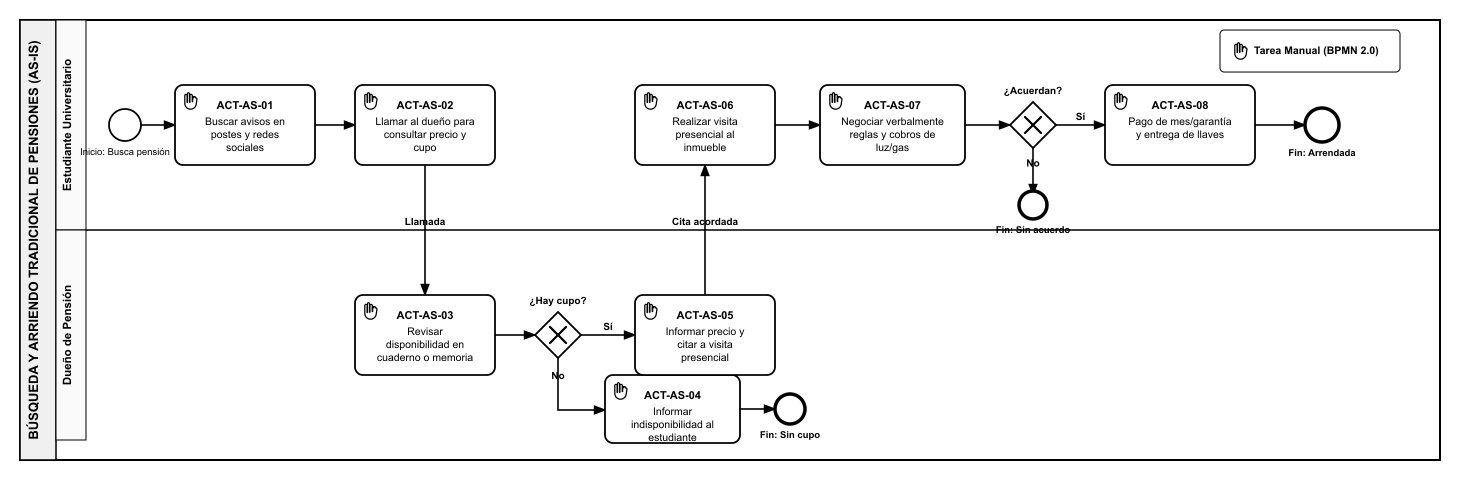
busca-tunido-requisitos/entrega-1 keeps this BPMN diagram as assets/diagramas/as-is.png. Above is the earlier version. Its source is kept beside it as assets/diagramas/as-is.bpmn. Ids are renumbered. Its diagram source:
```xml
<bpmn:definitions xmlns:bpmn="http://www.omg.org/spec/BPMN/20100524/MODEL"
                  xmlns:bpmndi="http://www.omg.org/spec/BPMN/20100524/DI"
                  xmlns:dc="http://www.omg.org/spec/DD/20100524/DC"
                  xmlns:di="http://www.omg.org/spec/DD/20100524/DI"
                  id="Definitions_AS_IS"
                  targetNamespace="http://bpmn.io/schema/bpmn"
                  exporter="Camunda Modeler"
                  exporterVersion="5.20.0">
  <bpmn:collaboration id="Collaboration_AS_IS">
    <bpmn:participant id="Participant_AS_IS" name="Búsqueda y Arriendo Tradicional de Pensiones Universitarias (AS-IS)" processRef="Process_AS_IS" />
  </bpmn:collaboration>
  <bpmn:process id="Process_AS_IS" isExecutable="false">
    <bpmn:laneSet id="LaneSet_AS_IS">
      <bpmn:lane id="Lane_Estudiante" name="Estudiante Universitario">
        <bpmn:flowNodeRef>Start_Estudiante</bpmn:flowNodeRef>
        <bpmn:flowNodeRef>ACT_AS_01</bpmn:flowNodeRef>
        <bpmn:flowNodeRef>ACT_AS_02</bpmn:flowNodeRef>
        <bpmn:flowNodeRef>ACT_AS_06</bpmn:flowNodeRef>
        <bpmn:flowNodeRef>ACT_AS_07</bpmn:flowNodeRef>
        <bpmn:flowNodeRef>Gateway_Acuerdo</bpmn:flowNodeRef>
        <bpmn:flowNodeRef>ACT_AS_08</bpmn:flowNodeRef>
        <bpmn:flowNodeRef>End_Exito</bpmn:flowNodeRef>
        <bpmn:flowNodeRef>End_SinAcuerdo</bpmn:flowNodeRef>
        <bpmn:flowNodeRef>End_SinCupo</bpmn:flowNodeRef>
      </bpmn:lane>
      <bpmn:lane id="Lane_Dueno" name="Dueño de Pensión">
        <bpmn:flowNodeRef>ACT_AS_03</bpmn:flowNodeRef>
        <bpmn:flowNodeRef>Gateway_Disponibilidad</bpmn:flowNodeRef>
        <bpmn:flowNodeRef>ACT_AS_04</bpmn:flowNodeRef>
        <bpmn:flowNodeRef>ACT_AS_05</bpmn:flowNodeRef>
      </bpmn:lane>
    </bpmn:laneSet>

    <bpmn:startEvent id="Start_Estudiante" name="Necesidad de habitación universitaria" />
    <bpmn:manualTask id="ACT_AS_01" name="ACT-AS-01: Buscar avisos informales en postes y redes sociales" />
    <bpmn:manualTask id="ACT_AS_02" name="ACT-AS-02: Contactar por llamada telefónica para consultar precio y disponibilidad" />
    <bpmn:manualTask id="ACT_AS_03" name="ACT-AS-03: Revisar disponibilidad en cuaderno o memoria" />
    <bpmn:exclusiveGateway id="Gateway_Disponibilidad" name="¿Tiene habitación disponible?" />
    <bpmn:manualTask id="ACT_AS_04" name="ACT-AS-04: Informar indisponibilidad al estudiante" />
    <bpmn:manualTask id="ACT_AS_05" name="ACT-AS-05: Informar precio y citar a visita presencial" />
    <bpmn:manualTask id="ACT_AS_06" name="ACT-AS-06: Realizar visita presencial para conocer el inmueble" />
    <bpmn:manualTask id="ACT_AS_07" name="ACT-AS-07: Negociar verbalmente reglas de convivencia y cobros básicos" />
    <bpmn:exclusiveGateway id="Gateway_Acuerdo" name="¿Acuerdan precio y normas?" />
    <bpmn:manualTask id="ACT_AS_08" name="ACT-AS-08: Realizar pago inicial en efectivo/transferencia y entrega de llaves" />
    <bpmn:endEvent id="End_Exito" name="Habitación arrendada" />
    <bpmn:endEvent id="End_SinAcuerdo" name="Fin sin acuerdo de arriendo" />
    <bpmn:endEvent id="End_SinCupo" name="Fin por falta de cupo" />

    <bpmn:sequenceFlow id="Flow_1" sourceRef="Start_Estudiante" targetRef="ACT_AS_01" />
    <bpmn:sequenceFlow id="Flow_2" sourceRef="ACT_AS_01" targetRef="ACT_AS_02" />
    <bpmn:sequenceFlow id="Flow_3" sourceRef="ACT_AS_02" targetRef="ACT_AS_03" />
    <bpmn:sequenceFlow id="Flow_4" sourceRef="ACT_AS_03" targetRef="Gateway_Disponibilidad" />
    <bpmn:sequenceFlow id="Flow_NoCupo" name="No" sourceRef="Gateway_Disponibilidad" targetRef="ACT_AS_04" />
    <bpmn:sequenceFlow id="Flow_EndNoCupo" sourceRef="ACT_AS_04" targetRef="End_SinCupo" />
    <bpmn:sequenceFlow id="Flow_SiCupo" name="Sí" sourceRef="Gateway_Disponibilidad" targetRef="ACT_AS_05" />
    <bpmn:sequenceFlow id="Flow_5" sourceRef="ACT_AS_05" targetRef="ACT_AS_06" />
    <bpmn:sequenceFlow id="Flow_6" sourceRef="ACT_AS_06" targetRef="ACT_AS_07" />
    <bpmn:sequenceFlow id="Flow_7" sourceRef="ACT_AS_07" targetRef="Gateway_Acuerdo" />
    <bpmn:sequenceFlow id="Flow_NoAcuerdo" name="No" sourceRef="Gateway_Acuerdo" targetRef="End_SinAcuerdo" />
    <bpmn:sequenceFlow id="Flow_SiAcuerdo" name="Sí" sourceRef="Gateway_Acuerdo" targetRef="ACT_AS_08" />
    <bpmn:sequenceFlow id="Flow_EndExito" sourceRef="ACT_AS_08" targetRef="End_Exito" />
  </bpmn:process>
  <bpmndi:BPMNDiagram id="BPMNDiagram_1">
    <bpmndi:BPMNPlane id="BPMNPlane_1" bpmnElement="Collaboration_AS_IS">
      <bpmndi:BPMNShape id="Participant_AS_IS_di" bpmnElement="Participant_AS_IS" isHorizontal="true">
        <dc:Bounds x="160" y="80" width="1380" height="420" />
      </bpmndi:BPMNShape>
      <bpmndi:BPMNShape id="Lane_Estudiante_di" bpmnElement="Lane_Estudiante" isHorizontal="true">
        <dc:Bounds x="190" y="80" width="1350" height="210" />
      </bpmndi:BPMNShape>
      <bpmndi:BPMNShape id="Lane_Dueno_di" bpmnElement="Lane_Dueno" isHorizontal="true">
        <dc:Bounds x="190" y="290" width="1350" height="210" />
      </bpmndi:BPMNShape>
      <bpmndi:BPMNShape id="Start_Estudiante_di" bpmnElement="Start_Estudiante">
        <dc:Bounds x="232" y="162" width="36" height="36" />
      </bpmndi:BPMNShape>
      <bpmndi:BPMNShape id="ACT_AS_01_di" bpmnElement="ACT_AS_01">
        <dc:Bounds x="300" y="140" width="130" height="80" />
      </bpmndi:BPMNShape>
      <bpmndi:BPMNShape id="ACT_AS_02_di" bpmnElement="ACT_AS_02">
        <dc:Bounds x="460" y="140" width="130" height="80" />
      </bpmndi:BPMNShape>
      <bpmndi:BPMNShape id="ACT_AS_03_di" bpmnElement="ACT_AS_03">
        <dc:Bounds x="460" y="350" width="130" height="80" />
      </bpmndi:BPMNShape>
      <bpmndi:BPMNShape id="Gateway_Disponibilidad_di" bpmnElement="Gateway_Disponibilidad" isMarkerVisible="true">
        <dc:Bounds x="625" y="365" width="50" height="50" />
      </bpmndi:BPMNShape>
      <bpmndi:BPMNShape id="ACT_AS_04_di" bpmnElement="ACT_AS_04">
        <dc:Bounds x="710" y="410" width="120" height="70" />
      </bpmndi:BPMNShape>
      <bpmndi:BPMNShape id="ACT_AS_05_di" bpmnElement="ACT_AS_05">
        <dc:Bounds x="710" y="310" width="120" height="70" />
      </bpmndi:BPMNShape>
      <bpmndi:BPMNShape id="ACT_AS_06_di" bpmnElement="ACT_AS_06">
        <dc:Bounds x="860" y="140" width="130" height="80" />
      </bpmndi:BPMNShape>
      <bpmndi:BPMNShape id="ACT_AS_07_di" bpmnElement="ACT_AS_07">
        <dc:Bounds x="1020" y="140" width="130" height="80" />
      </bpmndi:BPMNShape>
      <bpmndi:BPMNShape id="Gateway_Acuerdo_di" bpmnElement="Gateway_Acuerdo" isMarkerVisible="true">
        <dc:Bounds x="1185" y="155" width="50" height="50" />
      </bpmndi:BPMNShape>
      <bpmndi:BPMNShape id="ACT_AS_08_di" bpmnElement="ACT_AS_08">
        <dc:Bounds x="1270" y="140" width="130" height="80" />
      </bpmndi:BPMNShape>
      <bpmndi:BPMNShape id="End_Exito_di" bpmnElement="End_Exito">
        <dc:Bounds x="1442" y="162" width="36" height="36" />
      </bpmndi:BPMNShape>
      <bpmndi:BPMNShape id="End_SinAcuerdo_di" bpmnElement="End_SinAcuerdo">
        <dc:Bounds x="1192" y="242" width="36" height="36" />
      </bpmndi:BPMNShape>
      <bpmndi:BPMNShape id="End_SinCupo_di" bpmnElement="End_SinCupo">
        <dc:Bounds x="862" y="427" width="36" height="36" />
      </bpmndi:BPMNShape>
    </bpmndi:BPMNPlane>
  </bpmndi:BPMNDiagram>
</bpmn:definitions>
```
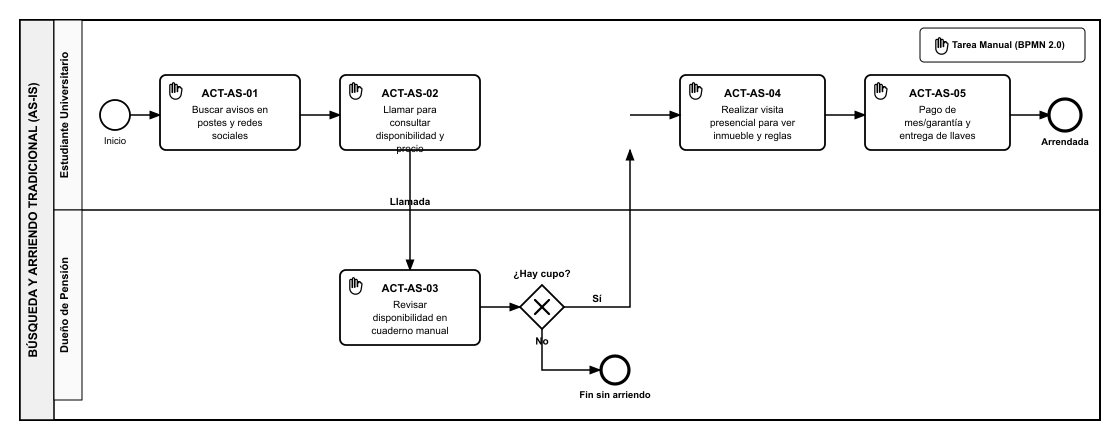
After the change.

Commit message:
docs: simplificar entregables para optimizar trazabilidad y evaluacion

Diff of the diagram source:
```diff
@@ -15,104 +15,34 @@
         <bpmn:flowNodeRef>Start_Estudiante</bpmn:flowNodeRef>
         <bpmn:flowNodeRef>ACT_AS_01</bpmn:flowNodeRef>
         <bpmn:flowNodeRef>ACT_AS_02</bpmn:flowNodeRef>
-        <bpmn:flowNodeRef>ACT_AS_06</bpmn:flowNodeRef>
-        <bpmn:flowNodeRef>ACT_AS_07</bpmn:flowNodeRef>
-        <bpmn:flowNodeRef>Gateway_Acuerdo</bpmn:flowNodeRef>
-        <bpmn:flowNodeRef>ACT_AS_08</bpmn:flowNodeRef>
-        <bpmn:flowNodeRef>End_Exito</bpmn:flowNodeRef>
-        <bpmn:flowNodeRef>End_SinAcuerdo</bpmn:flowNodeRef>
+        <bpmn:flowNodeRef>ACT_AS_04</bpmn:flowNodeRef>
+        <bpmn:flowNodeRef>ACT_AS_05</bpmn:flowNodeRef>
+        <bpmn:flowNodeRef>End_Arrendado</bpmn:flowNodeRef>
         <bpmn:flowNodeRef>End_SinCupo</bpmn:flowNodeRef>
       </bpmn:lane>
       <bpmn:lane id="Lane_Dueno" name="Dueño de Pensión">
         <bpmn:flowNodeRef>ACT_AS_03</bpmn:flowNodeRef>
-        <bpmn:flowNodeRef>Gateway_Disponibilidad</bpmn:flowNodeRef>
-        <bpmn:flowNodeRef>ACT_AS_04</bpmn:flowNodeRef>
-        <bpmn:flowNodeRef>ACT_AS_05</bpmn:flowNodeRef>
+        <bpmn:flowNodeRef>Gateway_Cupo</bpmn:flowNodeRef>
       </bpmn:lane>
     </bpmn:laneSet>
 
-    <bpmn:startEvent id="Start_Estudiante" name="Necesidad de habitación universitaria" />
+    <bpmn:startEvent id="Start_Estudiante" name="Necesita pensión" />
     <bpmn:manualTask id="ACT_AS_01" name="ACT-AS-01: Buscar avisos informales en postes y redes sociales" />
-    <bpmn:manualTask id="ACT_AS_02" name="ACT-AS-02: Contactar por llamada telefónica para consultar precio y disponibilidad" />
-    <bpmn:manualTask id="ACT_AS_03" name="ACT-AS-03: Revisar disponibilidad en cuaderno o memoria" />
-    <bpmn:exclusiveGateway id="Gateway_Disponibilidad" name="¿Tiene habitación disponible?" />
-    <bpmn:manualTask id="ACT_AS_04" name="ACT-AS-04: Informar indisponibilidad al estudiante" />
-    <bpmn:manualTask id="ACT_AS_05" name="ACT-AS-05: Informar precio y citar a visita presencial" />
-    <bpmn:manualTask id="ACT_AS_06" name="ACT-AS-06: Realizar visita presencial para conocer el inmueble" />
-    <bpmn:manualTask id="ACT_AS_07" name="ACT-AS-07: Negociar verbalmente reglas de convivencia y cobros básicos" />
-    <bpmn:exclusiveGateway id="Gateway_Acuerdo" name="¿Acuerdan precio y normas?" />
-    <bpmn:manualTask id="ACT_AS_08" name="ACT-AS-08: Realizar pago inicial en efectivo/transferencia y entrega de llaves" />
-    <bpmn:endEvent id="End_Exito" name="Habitación arrendada" />
-    <bpmn:endEvent id="End_SinAcuerdo" name="Fin sin acuerdo de arriendo" />
-    <bpmn:endEvent id="End_SinCupo" name="Fin por falta de cupo" />
+    <bpmn:manualTask id="ACT_AS_02" name="ACT-AS-02: Llamar al dueño para consultar disponibilidad y precio" />
+    <bpmn:manualTask id="ACT_AS_03" name="ACT-AS-03: Revisar disponibilidad en cuaderno manual" />
+    <bpmn:exclusiveGateway id="Gateway_Cupo" name="¿Hay pieza disponible?" />
+    <bpmn:manualTask id="ACT_AS_04" name="ACT-AS-04: Realizar visita presencial para conocer inmueble y reglas" />
+    <bpmn:manualTask id="ACT_AS_05" name="ACT-AS-05: Pago de mes/garantía y entrega manual de llaves" />
+    <bpmn:endEvent id="End_Arrendado" name="Habitación arrendada" />
+    <bpmn:endEvent id="End_SinCupo" name="Fin sin arriendo" />
 
-    <bpmn:sequenceFlow id="Flow_1" sourceRef="Start_Estudiante" targetRef="ACT_AS_01" />
-    <bpmn:sequenceFlow id="Flow_2" sourceRef="ACT_AS_01" targetRef="ACT_AS_02" />
-    <bpmn:sequenceFlow id="Flow_3" sourceRef="ACT_AS_02" targetRef="ACT_AS_03" />
-    <bpmn:sequenceFlow id="Flow_4" sourceRef="ACT_AS_03" targetRef="Gateway_Disponibilidad" />
-    <bpmn:sequenceFlow id="Flow_NoCupo" name="No" sourceRef="Gateway_Disponibilidad" targetRef="ACT_AS_04" />
-    <bpmn:sequenceFlow id="Flow_EndNoCupo" sourceRef="ACT_AS_04" targetRef="End_SinCupo" />
-    <bpmn:sequenceFlow id="Flow_SiCupo" name="Sí" sourceRef="Gateway_Disponibilidad" targetRef="ACT_AS_05" />
-    <bpmn:sequenceFlow id="Flow_5" sourceRef="ACT_AS_05" targetRef="ACT_AS_06" />
-    <bpmn:sequenceFlow id="Flow_6" sourceRef="ACT_AS_06" targetRef="ACT_AS_07" />
-    <bpmn:sequenceFlow id="Flow_7" sourceRef="ACT_AS_07" targetRef="Gateway_Acuerdo" />
-    <bpmn:sequenceFlow id="Flow_NoAcuerdo" name="No" sourceRef="Gateway_Acuerdo" targetRef="End_SinAcuerdo" />
-    <bpmn:sequenceFlow id="Flow_SiAcuerdo" name="Sí" sourceRef="Gateway_Acuerdo" targetRef="ACT_AS_08" />
-    <bpmn:sequenceFlow id="Flow_EndExito" sourceRef="ACT_AS_08" targetRef="End_Exito" />
+    <bpmn:sequenceFlow id="f1" sourceRef="Start_Estudiante" targetRef="ACT_AS_01" />
+    <bpmn:sequenceFlow id="f2" sourceRef="ACT_AS_01" targetRef="ACT_AS_02" />
+    <bpmn:sequenceFlow id="f3" sourceRef="ACT_AS_02" targetRef="ACT_AS_03" />
+    <bpmn:sequenceFlow id="f4" sourceRef="ACT_AS_03" targetRef="Gateway_Cupo" />
+    <bpmn:sequenceFlow id="fNo" name="No" sourceRef="Gateway_Cupo" targetRef="End_SinCupo" />
+    <bpmn:sequenceFlow id="fSi" name="Sí" sourceRef="Gateway_Cupo" targetRef="ACT_AS_04" />
+    <bpmn:sequenceFlow id="f5" sourceRef="ACT_AS_04" targetRef="ACT_AS_05" />
+    <bpmn:sequenceFlow id="f6" sourceRef="ACT_AS_05" targetRef="End_Arrendado" />
   </bpmn:process>
-  <bpmndi:BPMNDiagram id="BPMNDiagram_1">
-    <bpmndi:BPMNPlane id="BPMNPlane_1" bpmnElement="Collaboration_AS_IS">
-      <bpmndi:BPMNShape id="Participant_AS_IS_di" bpmnElement="Participant_AS_IS" isHorizontal="true">
-        <dc:Bounds x="160" y="80" width="1380" height="420" />
-      </bpmndi:BPMNShape>
-      <bpmndi:BPMNShape id="Lane_Estudiante_di" bpmnElement="Lane_Estudiante" isHorizontal="true">
-        <dc:Bounds x="190" y="80" width="1350" height="210" />
-      </bpmndi:BPMNShape>
-      <bpmndi:BPMNShape id="Lane_Dueno_di" bpmnElement="Lane_Dueno" isHorizontal="true">
-        <dc:Bounds x="190" y="290" width="1350" height="210" />
-      </bpmndi:BPMNShape>
-      <bpmndi:BPMNShape id="Start_Estudiante_di" bpmnElement="Start_Estudiante">
-        <dc:Bounds x="232" y="162" width="36" height="36" />
-      </bpmndi:BPMNShape>
-      <bpmndi:BPMNShape id="ACT_AS_01_di" bpmnElement="ACT_AS_01">
-        <dc:Bounds x="300" y="140" width="130" height="80" />
-      </bpmndi:BPMNShape>
-      <bpmndi:BPMNShape id="ACT_AS_02_di" bpmnElement="ACT_AS_02">
-        <dc:Bounds x="460" y="140" width="130" height="80" />
-      </bpmndi:BPMNShape>
-      <bpmndi:BPMNShape id="ACT_AS_03_di" bpmnElement="ACT_AS_03">
-        <dc:Bounds x="460" y="350" width="130" height="80" />
-      </bpmndi:BPMNShape>
-      <bpmndi:BPMNShape id="Gateway_Disponibilidad_di" bpmnElement="Gateway_Disponibilidad" isMarkerVisible="true">
-        <dc:Bounds x="625" y="365" width="50" height="50" />
-      </bpmndi:BPMNShape>
-      <bpmndi:BPMNShape id="ACT_AS_04_di" bpmnElement="ACT_AS_04">
-        <dc:Bounds x="710" y="410" width="120" height="70" />
-      </bpmndi:BPMNShape>
-      <bpmndi:BPMNShape id="ACT_AS_05_di" bpmnElement="ACT_AS_05">
-        <dc:Bounds x="710" y="310" width="120" height="70" />
-      </bpmndi:BPMNShape>
-      <bpmndi:BPMNShape id="ACT_AS_06_di" bpmnElement="ACT_AS_06">
-        <dc:Bounds x="860" y="140" width="130" height="80" />
-      </bpmndi:BPMNShape>
-      <bpmndi:BPMNShape id="ACT_AS_07_di" bpmnElement="ACT_AS_07">
-        <dc:Bounds x="1020" y="140" width="130" height="80" />
-      </bpmndi:BPMNShape>
-      <bpmndi:BPMNShape id="Gateway_Acuerdo_di" bpmnElement="Gateway_Acuerdo" isMarkerVisible="true">
-        <dc:Bounds x="1185" y="155" width="50" height="50" />
-      </bpmndi:BPMNShape>
-      <bpmndi:BPMNShape id="ACT_AS_08_di" bpmnElement="ACT_AS_08">
-        <dc:Bounds x="1270" y="140" width="130" height="80" />
-      </bpmndi:BPMNShape>
-      <bpmndi:BPMNShape id="End_Exito_di" bpmnElement="End_Exito">
-        <dc:Bounds x="1442" y="162" width="36" height="36" />
-      </bpmndi:BPMNShape>
-      <bpmndi:BPMNShape id="End_SinAcuerdo_di" bpmnElement="End_SinAcuerdo">
-        <dc:Bounds x="1192" y="242" width="36" height="36" />
-      </bpmndi:BPMNShape>
-      <bpmndi:BPMNShape id="End_SinCupo_di" bpmnElement="End_SinCupo">
-        <dc:Bounds x="862" y="427" width="36" height="36" />
-      </bpmndi:BPMNShape>
-    </bpmndi:BPMNPlane>
-  </bpmndi:BPMNDiagram>
 </bpmn:definitions>
```
